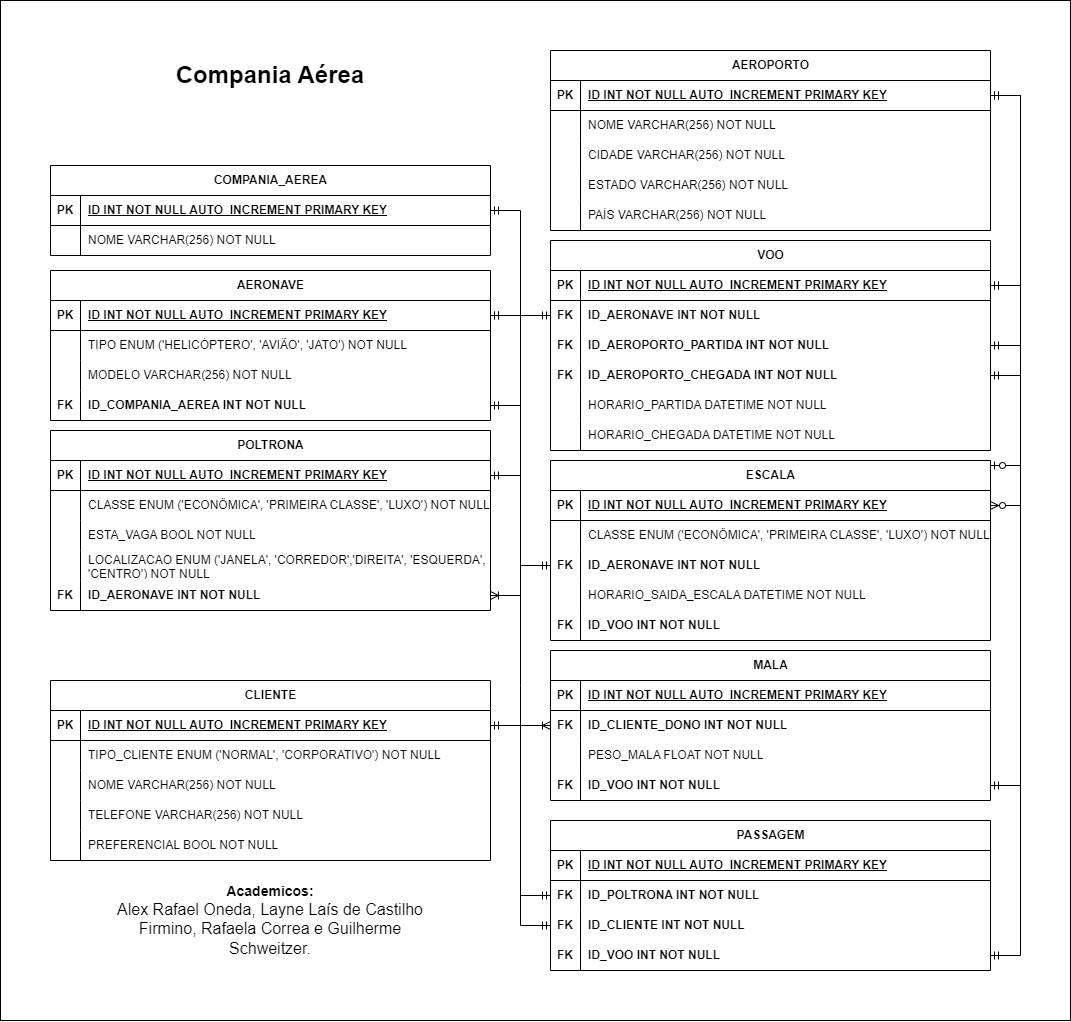
Before: Sistema Aviação/ER-CompaniaAérea.png, a diagram exported from draw.io (0neda/BD24-01). Source tidied: cells renumbered, new cells last; positions are measured from the earlier drawing's top-left corner, leaving out a move shared by most shapes.
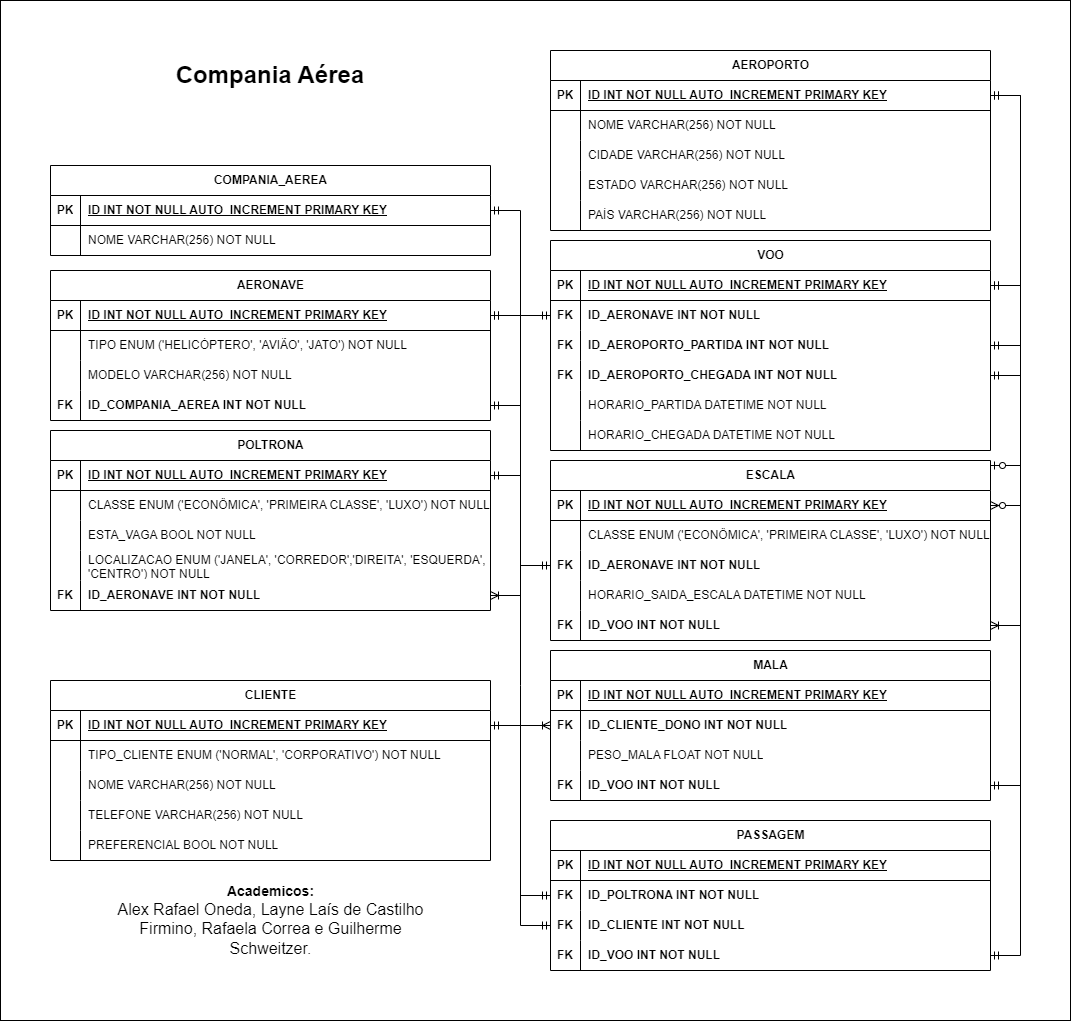
After the change.

Commit message:
Correção diagrama E/R

The edit, as a diff of the source:
```diff
@@ -436,5 +436,8 @@
     <mxCell id="145" value="&lt;b&gt;&lt;font style=&quot;font-size: 14px;&quot;&gt;Academicos:&lt;/font&gt;&lt;/b&gt;&lt;div&gt;&lt;font size=&quot;3&quot;&gt;Alex Rafael Oneda, Layne Laís de Castilho Firmino, Rafaela Correa e Guilherme Schweitzer.&lt;/font&gt;&lt;/div&gt;" style="text;html=1;align=center;verticalAlign=middle;whiteSpace=wrap;rounded=0;" parent="1" vertex="1">
       <mxGeometry x="98.8" y="880" width="342.5" height="80" as="geometry" />
     </mxCell>
+    <mxCell id="146" style="edgeStyle=entityRelationEdgeStyle;fontSize=12;html=1;endArrow=ERoneToMany;rounded=0;entryX=1;entryY=0.5;entryDx=0;entryDy=0;" parent="1" edge="1" source="72" target="68">
+      <mxGeometry relative="1" as="geometry" />
+    </mxCell>
   </root>
 </mxGraphModel>
```
